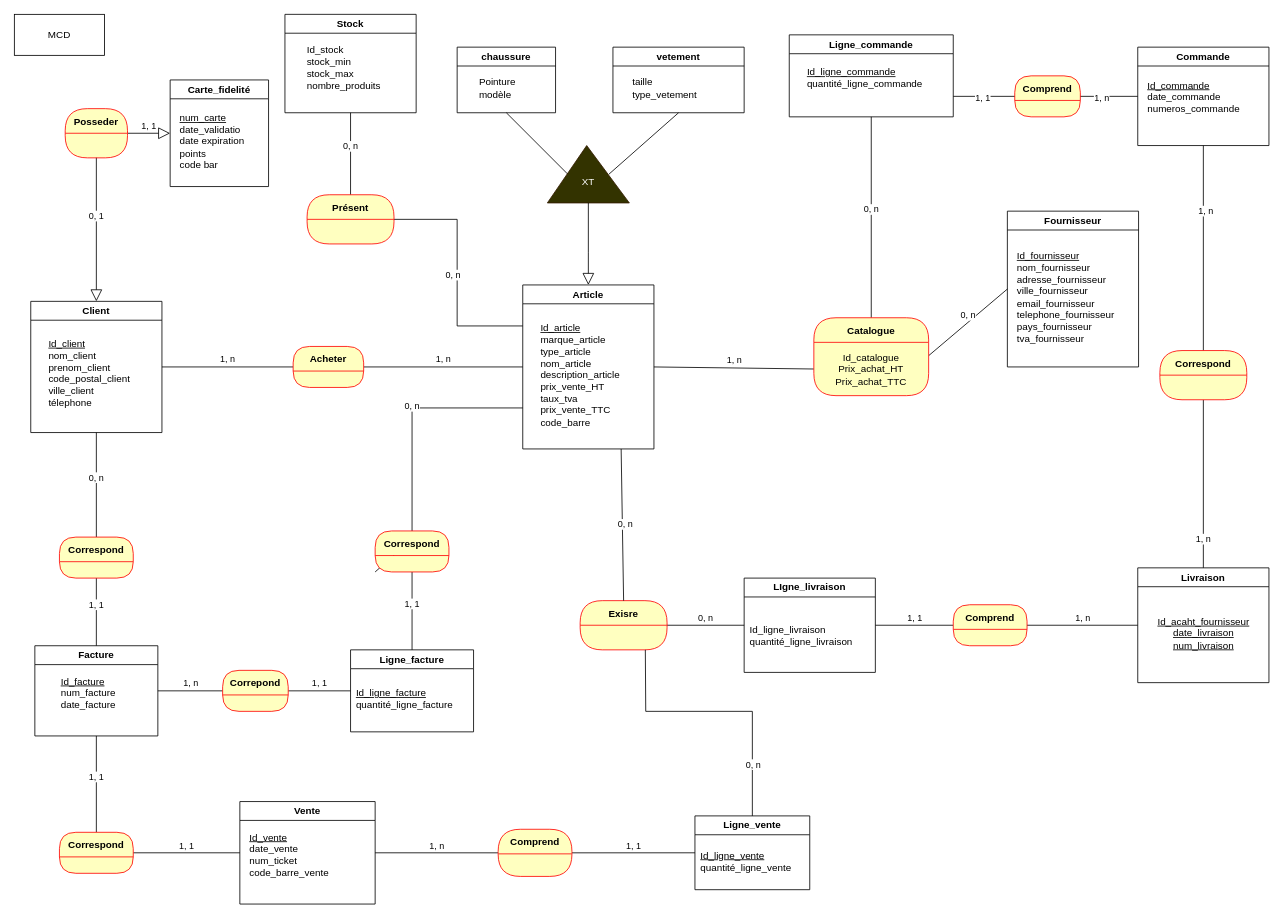
rachellusamba/CO-G.Stock keeps this draw.io diagram as page "MCD" (1 of 4) of G.Stock.drawio. Above is the earlier version. Source tidied: cells renumbered, new cells numbered last; positions are measured from the earlier drawing's top-left corner, leaving out a move shared by most shapes. Both pictures are drawn from the tidied source at 82%, with x=0, y=0 at pixel (14, 14).
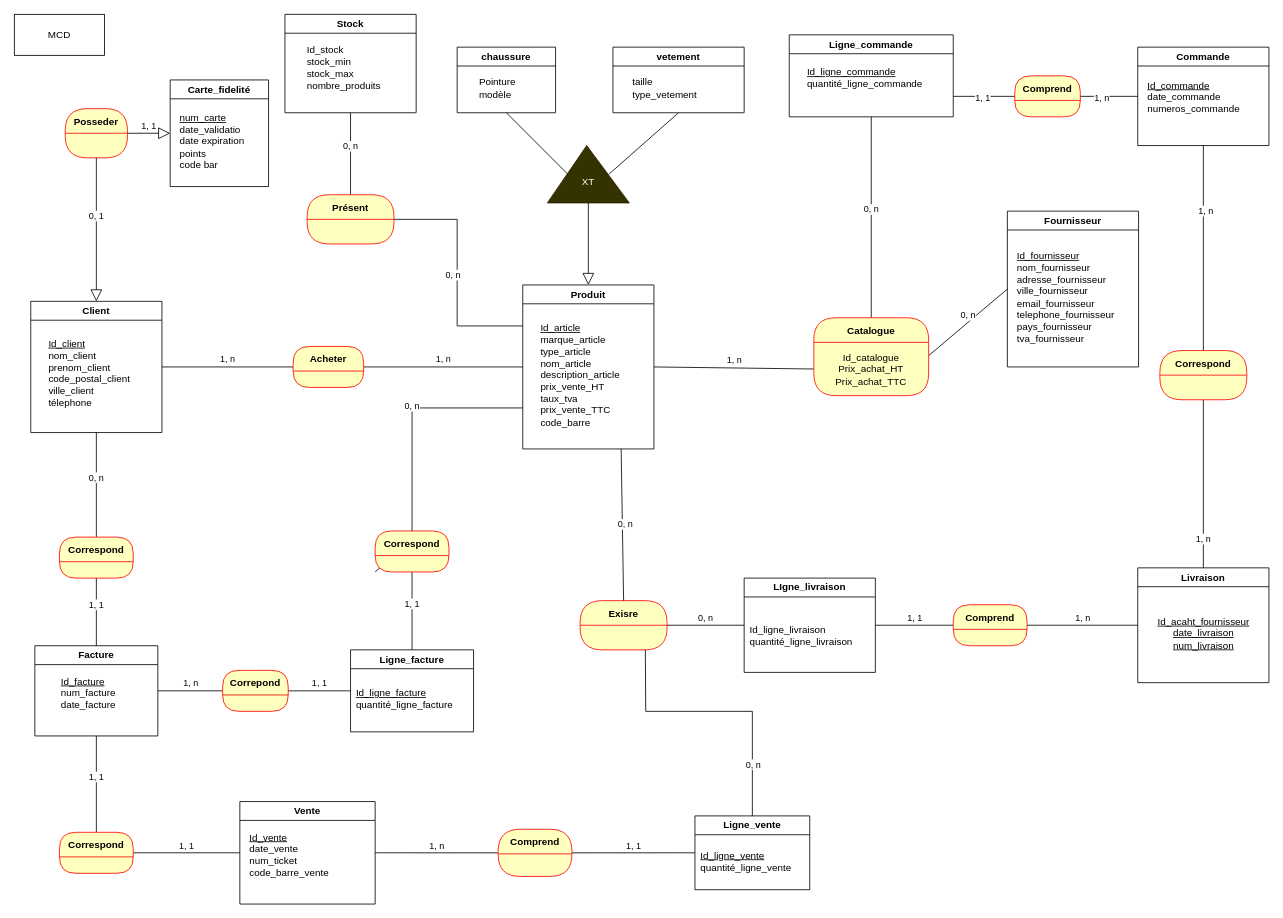
Above is the later version.

Diff of the diagram source:
```diff
@@
-    <mxCell id="6" value="Article" style="swimlane;whiteSpace=wrap;html=1;" parent="1" vertex="1">
+    <mxCell id="6" value="Produit" style="swimlane;whiteSpace=wrap;html=1;" parent="1" vertex="1">
       <mxGeometry x="620" y="330" width="160" height="200" as="geometry" />
     </mxCell>
```
